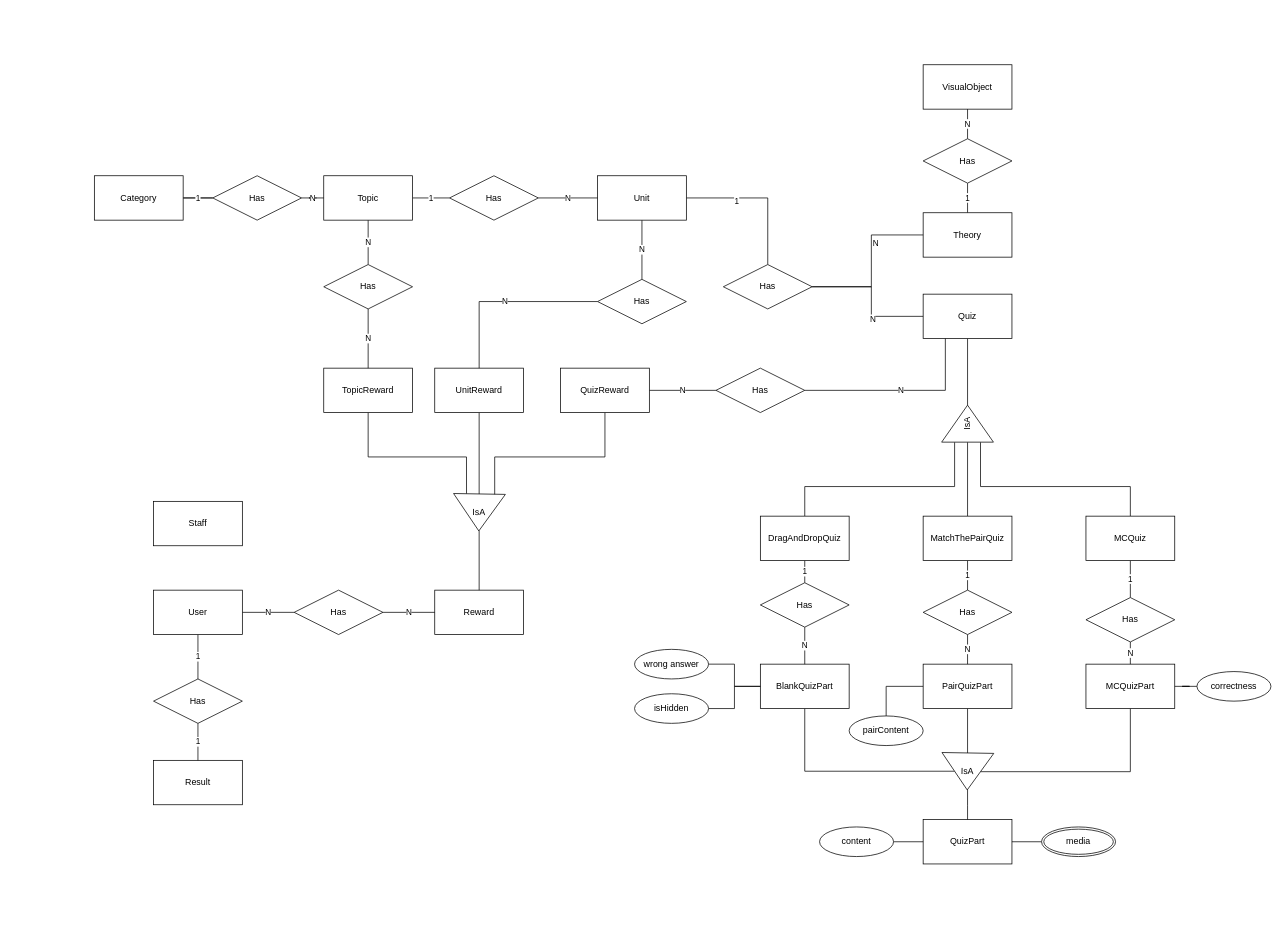
This is Untitled Diagram.drawio from linhabc/Learning_viet, a draw.io file, before an edit. Source tidied: cells renumbered, new cells numbered last; positions are measured from the earlier drawing's top-left corner, leaving out a move shared by most shapes. Both pictures are drawn from the tidied source at 74%, with x=0, y=0 at pixel (94, 64).
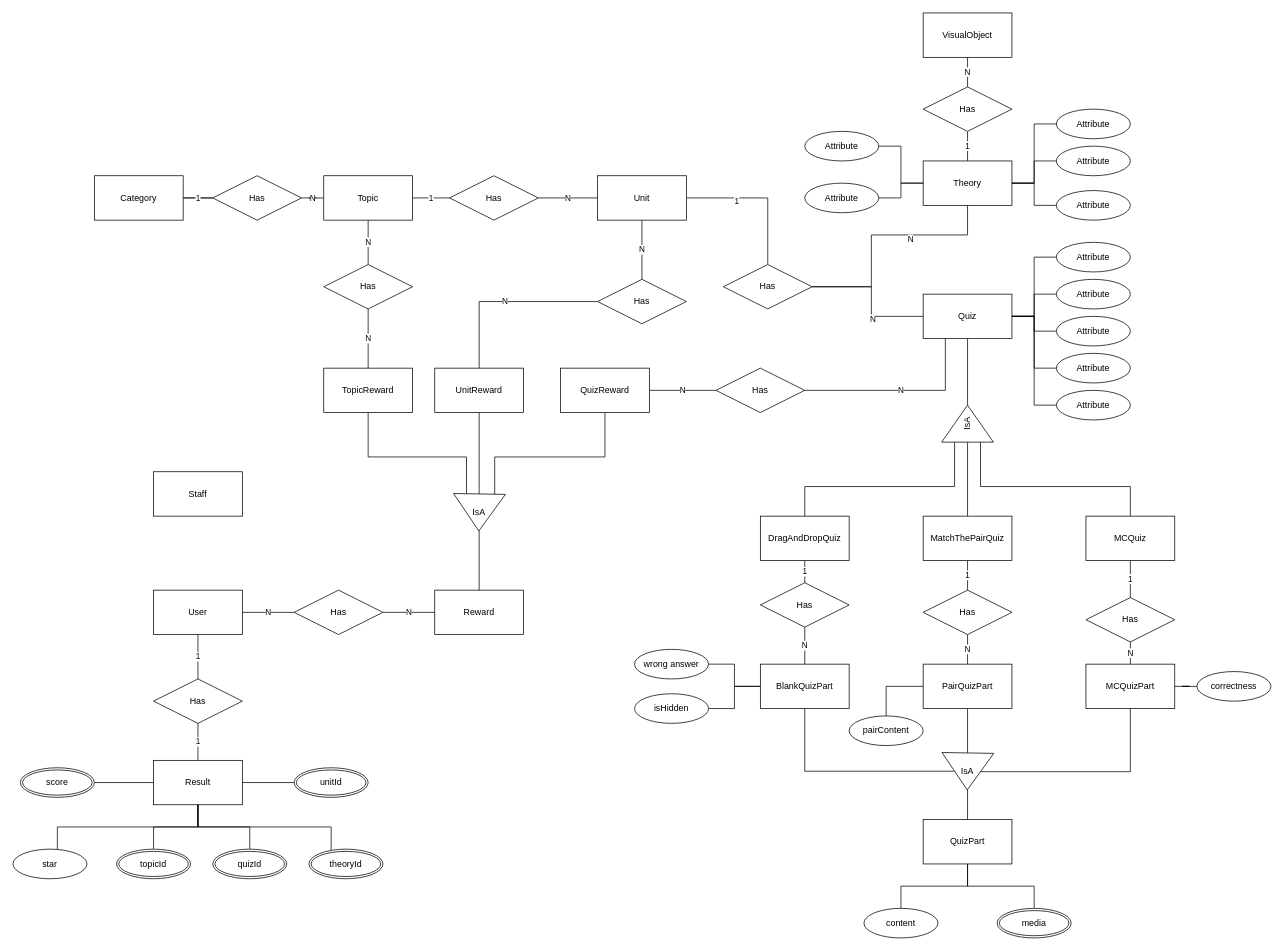
The same page after the edit.

Unchanged cells that the change refers to:
```xml
<mxCell id="6" value="Result" style="whiteSpace=wrap;html=1;" parent="1" vertex="1">
  <mxGeometry x="80" y="940" width="120" height="60" as="geometry" />
</mxCell>
<mxCell id="20" value="&lt;div style=&quot;text-align: left&quot;&gt;&lt;font size=&quot;1&quot;&gt;&lt;span style=&quot;background-color: rgb(255 , 255 , 255) ; font-size: 12px&quot;&gt;Quiz&lt;/span&gt;&lt;/font&gt;&lt;/div&gt;" style="whiteSpace=wrap;html=1;" parent="1" vertex="1">
  <mxGeometry x="1120" y="310" width="120" height="60" as="geometry" />
</mxCell>
```

Change to the diagram source:
```diff
@@
     <mxCell id="2" value="Staff" style="whiteSpace=wrap;html=1;" parent="1" vertex="1">
-      <mxGeometry x="80" y="590" width="120" height="60" as="geometry" />
+      <mxGeometry x="80" y="550" width="120" height="60" as="geometry" />
     </mxCell>
@@
     <mxCell id="18" value="Theory" style="whiteSpace=wrap;html=1;" parent="1" vertex="1">
-      <mxGeometry x="1120" y="200" width="120" height="60" as="geometry" />
+      <mxGeometry x="1120" y="130" width="120" height="60" as="geometry" />
     </mxCell>
@@
     <mxCell id="21" value="VisualObject" style="whiteSpace=wrap;html=1;" parent="1" vertex="1">
-      <mxGeometry x="1120" width="120" height="60" as="geometry" />
+      <mxGeometry x="1120" y="-70" width="120" height="60" as="geometry" />
     </mxCell>
@@
     <mxCell id="58" value="Has" style="shape=rhombus;perimeter=rhombusPerimeter;whiteSpace=wrap;html=1;align=center;" parent="1" vertex="1">
-      <mxGeometry x="1120" y="100" width="120" height="60" as="geometry" />
+      <mxGeometry x="1120" y="30" width="120" height="60" as="geometry" />
     </mxCell>
@@
     <mxCell id="88" value="content" style="ellipse;whiteSpace=wrap;html=1;align=center;sketch=0;" parent="1" vertex="1">
-      <mxGeometry x="980" y="1030" width="100" height="40" as="geometry" />
+      <mxGeometry x="1040" y="1140" width="100" height="40" as="geometry" />
     </mxCell>
@@
     <mxCell id="90" value="media" style="ellipse;shape=doubleEllipse;margin=3;whiteSpace=wrap;html=1;align=center;sketch=0;" parent="1" vertex="1">
-      <mxGeometry x="1280" y="1030" width="100" height="40" as="geometry" />
+      <mxGeometry x="1220" y="1140" width="100" height="40" as="geometry" />
     </mxCell>
+    <mxCell id="91" style="edgeStyle=orthogonalEdgeStyle;rounded=0;sketch=0;jettySize=auto;html=1;entryX=1;entryY=0.5;entryDx=0;entryDy=0;endArrow=none;endFill=0;" parent="1" edge="1" source="92" target="20">
+      <mxGeometry relative="1" as="geometry" />
+    </mxCell>
+    <mxCell id="92" value="Attribute" style="ellipse;whiteSpace=wrap;html=1;align=center;sketch=0;" parent="1" vertex="1">
+      <mxGeometry x="1300" y="240" width="100" height="40" as="geometry" />
+    </mxCell>
+    <mxCell id="93" style="edgeStyle=orthogonalEdgeStyle;rounded=0;sketch=0;jettySize=auto;html=1;entryX=0;entryY=0.5;entryDx=0;entryDy=0;endArrow=none;endFill=0;" parent="1" edge="1" source="94" target="18">
+      <mxGeometry relative="1" as="geometry" />
+    </mxCell>
+    <mxCell id="94" value="Attribute" style="ellipse;whiteSpace=wrap;html=1;align=center;sketch=0;" parent="1" vertex="1">
+      <mxGeometry x="960" y="90" width="100" height="40" as="geometry" />
+    </mxCell>
+    <mxCell id="95" style="edgeStyle=orthogonalEdgeStyle;rounded=0;sketch=0;jettySize=auto;html=1;endArrow=none;endFill=0;" parent="1" edge="1" source="96" target="18">
+      <mxGeometry relative="1" as="geometry" />
+    </mxCell>
+    <mxCell id="96" value="Attribute" style="ellipse;whiteSpace=wrap;html=1;align=center;sketch=0;" parent="1" vertex="1">
+      <mxGeometry x="1300" y="110" width="100" height="40" as="geometry" />
+    </mxCell>
+    <mxCell id="97" style="edgeStyle=orthogonalEdgeStyle;rounded=0;sketch=0;jettySize=auto;html=1;entryX=1;entryY=0.5;entryDx=0;entryDy=0;endArrow=none;endFill=0;" parent="1" edge="1" source="98" target="18">
+      <mxGeometry relative="1" as="geometry" />
+    </mxCell>
+    <mxCell id="98" value="Attribute" style="ellipse;whiteSpace=wrap;html=1;align=center;sketch=0;" parent="1" vertex="1">
+      <mxGeometry x="1300" y="60" width="100" height="40" as="geometry" />
+    </mxCell>
+    <mxCell id="99" style="edgeStyle=orthogonalEdgeStyle;rounded=0;sketch=0;jettySize=auto;html=1;endArrow=none;endFill=0;" parent="1" edge="1" source="100" target="18">
+      <mxGeometry relative="1" as="geometry" />
+    </mxCell>
+    <mxCell id="100" value="Attribute" style="ellipse;whiteSpace=wrap;html=1;align=center;sketch=0;" parent="1" vertex="1">
+      <mxGeometry x="1300" y="170" width="100" height="40" as="geometry" />
+    </mxCell>
+    <mxCell id="101" style="edgeStyle=orthogonalEdgeStyle;rounded=0;sketch=0;jettySize=auto;html=1;entryX=1;entryY=0.5;entryDx=0;entryDy=0;endArrow=none;endFill=0;" parent="1" edge="1" source="102" target="20">
+      <mxGeometry relative="1" as="geometry" />
+    </mxCell>
+    <mxCell id="102" value="Attribute" style="ellipse;whiteSpace=wrap;html=1;align=center;sketch=0;" parent="1" vertex="1">
+      <mxGeometry x="1300" y="440" width="100" height="40" as="geometry" />
+    </mxCell>
+    <mxCell id="103" style="edgeStyle=orthogonalEdgeStyle;rounded=0;sketch=0;jettySize=auto;html=1;entryX=1;entryY=0.5;entryDx=0;entryDy=0;endArrow=none;endFill=0;" parent="1" edge="1" source="104" target="20">
+      <mxGeometry relative="1" as="geometry" />
+    </mxCell>
+    <mxCell id="104" value="Attribute" style="ellipse;whiteSpace=wrap;html=1;align=center;sketch=0;" parent="1" vertex="1">
+      <mxGeometry x="1300" y="390" width="100" height="40" as="geometry" />
+    </mxCell>
+    <mxCell id="105" style="edgeStyle=orthogonalEdgeStyle;rounded=0;sketch=0;jettySize=auto;html=1;endArrow=none;endFill=0;" parent="1" edge="1" source="106" target="20">
+      <mxGeometry relative="1" as="geometry" />
+    </mxCell>
+    <mxCell id="106" value="Attribute" style="ellipse;whiteSpace=wrap;html=1;align=center;sketch=0;" parent="1" vertex="1">
+      <mxGeometry x="1300" y="340" width="100" height="40" as="geometry" />
+    </mxCell>
+    <mxCell id="107" style="edgeStyle=orthogonalEdgeStyle;rounded=0;sketch=0;jettySize=auto;html=1;endArrow=none;endFill=0;" parent="1" edge="1" source="108" target="20">
+      <mxGeometry relative="1" as="geometry" />
+    </mxCell>
+    <mxCell id="108" value="Attribute" style="ellipse;whiteSpace=wrap;html=1;align=center;sketch=0;" parent="1" vertex="1">
+      <mxGeometry x="1300" y="290" width="100" height="40" as="geometry" />
+    </mxCell>
+    <mxCell id="109" style="edgeStyle=orthogonalEdgeStyle;rounded=0;sketch=0;jettySize=auto;html=1;endArrow=none;endFill=0;" parent="1" edge="1" source="110" target="18">
+      <mxGeometry relative="1" as="geometry" />
+    </mxCell>
+    <mxCell id="110" value="Attribute" style="ellipse;whiteSpace=wrap;html=1;align=center;sketch=0;" parent="1" vertex="1">
+      <mxGeometry x="960" y="160" width="100" height="40" as="geometry" />
+    </mxCell>
+    <mxCell id="111" style="edgeStyle=orthogonalEdgeStyle;rounded=0;sketch=0;jettySize=auto;html=1;endArrow=none;endFill=0;" parent="1" edge="1" source="112" target="6">
+      <mxGeometry relative="1" as="geometry">
+        <Array as="points">
+          <mxPoint x="-50" y="1030" />
+          <mxPoint x="140" y="1030" />
+        </Array>
+      </mxGeometry>
+    </mxCell>
+    <mxCell id="112" value="star" style="ellipse;whiteSpace=wrap;html=1;align=center;sketch=0;" parent="1" vertex="1">
+      <mxGeometry x="-110" y="1060" width="100" height="40" as="geometry" />
+    </mxCell>
+    <mxCell id="113" style="edgeStyle=orthogonalEdgeStyle;rounded=0;sketch=0;jettySize=auto;html=1;endArrow=none;endFill=0;" parent="1" edge="1" source="114" target="6">
+      <mxGeometry relative="1" as="geometry" />
+    </mxCell>
+    <mxCell id="114" value="score" style="ellipse;shape=doubleEllipse;margin=3;whiteSpace=wrap;html=1;align=center;sketch=0;" parent="1" vertex="1">
+      <mxGeometry x="-100" y="950" width="100" height="40" as="geometry" />
+    </mxCell>
+    <mxCell id="115" style="edgeStyle=orthogonalEdgeStyle;rounded=0;sketch=0;jettySize=auto;html=1;endArrow=none;endFill=0;" parent="1" edge="1" source="116" target="6">
+      <mxGeometry relative="1" as="geometry" />
+    </mxCell>
+    <mxCell id="116" value="unitId" style="ellipse;shape=doubleEllipse;margin=3;whiteSpace=wrap;html=1;align=center;sketch=0;" parent="1" vertex="1">
+      <mxGeometry x="270" y="950" width="100" height="40" as="geometry" />
+    </mxCell>
+    <mxCell id="117" style="edgeStyle=orthogonalEdgeStyle;rounded=0;sketch=0;jettySize=auto;html=1;endArrow=none;endFill=0;" parent="1" edge="1" source="118" target="6">
+      <mxGeometry relative="1" as="geometry" />
+    </mxCell>
+    <mxCell id="118" value="topicId" style="ellipse;shape=doubleEllipse;margin=3;whiteSpace=wrap;html=1;align=center;sketch=0;" parent="1" vertex="1">
+      <mxGeometry x="30" y="1060" width="100" height="40" as="geometry" />
+    </mxCell>
+    <mxCell id="119" style="edgeStyle=orthogonalEdgeStyle;rounded=0;sketch=0;jettySize=auto;html=1;endArrow=none;endFill=0;" parent="1" edge="1" source="120" target="6">
+      <mxGeometry relative="1" as="geometry">
+        <Array as="points">
+          <mxPoint x="320" y="1030" />
+          <mxPoint x="140" y="1030" />
+        </Array>
+      </mxGeometry>
+    </mxCell>
+    <mxCell id="120" value="theoryId" style="ellipse;shape=doubleEllipse;margin=3;whiteSpace=wrap;html=1;align=center;sketch=0;" parent="1" vertex="1">
+      <mxGeometry x="290" y="1060" width="100" height="40" as="geometry" />
+    </mxCell>
+    <mxCell id="121" style="edgeStyle=orthogonalEdgeStyle;rounded=0;sketch=0;jettySize=auto;html=1;entryX=0.5;entryY=1;entryDx=0;entryDy=0;endArrow=none;endFill=0;" parent="1" edge="1" source="122" target="6">
+      <mxGeometry relative="1" as="geometry" />
+    </mxCell>
+    <mxCell id="122" value="quizId" style="ellipse;shape=doubleEllipse;margin=3;whiteSpace=wrap;html=1;align=center;sketch=0;" parent="1" vertex="1">
+      <mxGeometry x="160" y="1060" width="100" height="40" as="geometry" />
+    </mxCell>
```
